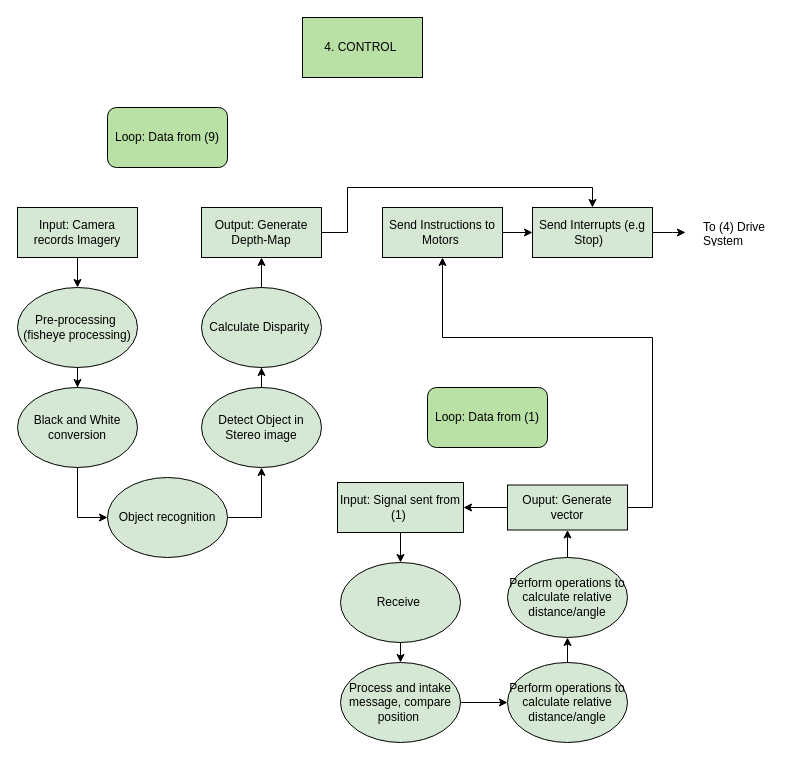
This is page "Page-3" (3 of 4) of diagrams/blockdiagramdesign.drawio from BowieJames/FollowMe, a draw.io file, before an edit. Source tidied: cells renumbered, new cells numbered last; positions are measured from the earlier drawing's top-left corner, leaving out a move shared by most shapes. Both pictures are drawn from the tidied source at 100%, with x=0, y=0 at pixel (17, 17).
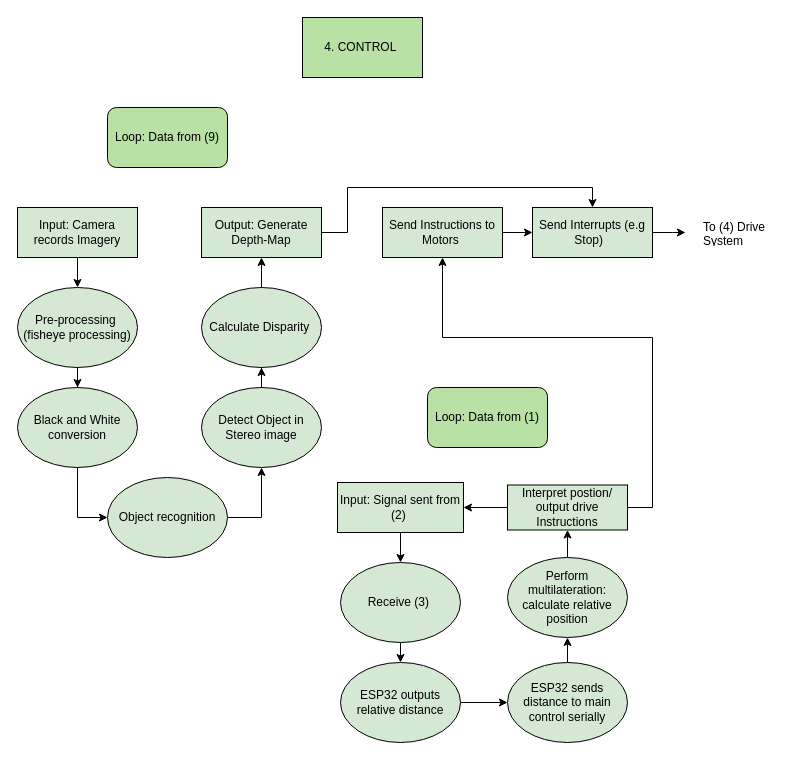
After the change.

Diff of the diagram source:
```diff
@@
-    <mxCell id="18" value="Input: Signal sent from (1)&amp;nbsp;" style="rounded=0;whiteSpace=wrap;html=1;fillColor=#D5E8D4;" parent="1" vertex="1">
+    <mxCell id="18" value="Input: Signal sent from (2)&amp;nbsp;" style="rounded=0;whiteSpace=wrap;html=1;fillColor=#D5E8D4;" parent="1" vertex="1">
       <mxGeometry x="320" y="465" width="126" height="50" as="geometry" />
     </mxCell>
@@
-    <mxCell id="21" value="Receive&amp;nbsp;" style="ellipse;whiteSpace=wrap;html=1;fillColor=#D5E8D4;" parent="1" vertex="1">
+    <mxCell id="21" value="Receive (3)&amp;nbsp;" style="ellipse;whiteSpace=wrap;html=1;fillColor=#D5E8D4;" parent="1" vertex="1">
       <mxGeometry x="323" y="545" width="120" height="80" as="geometry" />
     </mxCell>
@@
-    <mxCell id="23" value="Process and intake message, compare position&amp;nbsp;" style="ellipse;whiteSpace=wrap;html=1;fillColor=#D5E8D4;" parent="1" vertex="1">
+    <mxCell id="23" value="ESP32 outputs relative distance" style="ellipse;whiteSpace=wrap;html=1;fillColor=#D5E8D4;" parent="1" vertex="1">
       <mxGeometry x="323" y="645" width="120" height="80" as="geometry" />
     </mxCell>
@@
-    <mxCell id="25" value="Perform operations to calculate relative distance/angle" style="ellipse;whiteSpace=wrap;html=1;fillColor=#D5E8D4;" parent="1" vertex="1">
+    <mxCell id="25" value="ESP32 sends distance to main control serially" style="ellipse;whiteSpace=wrap;html=1;fillColor=#D5E8D4;" parent="1" vertex="1">
       <mxGeometry x="490" y="645" width="120" height="80" as="geometry" />
     </mxCell>
@@
-    <mxCell id="27" value="Perform operations to calculate relative distance/angle" style="ellipse;whiteSpace=wrap;html=1;fillColor=#D5E8D4;" parent="1" vertex="1">
+    <mxCell id="27" value="Perform multilateration: calculate relative position" style="ellipse;whiteSpace=wrap;html=1;fillColor=#D5E8D4;" parent="1" vertex="1">
       <mxGeometry x="490" y="540" width="120" height="80" as="geometry" />
     </mxCell>
@@
-    <mxCell id="34" value="Ouput: Generate vector" style="whiteSpace=wrap;html=1;fillColor=#D5E8D4;" parent="1" vertex="1">
+    <mxCell id="34" value="Interpret postion/ output drive Instructions" style="whiteSpace=wrap;html=1;fillColor=#D5E8D4;" parent="1" vertex="1">
       <mxGeometry x="490" y="467.5" width="120" height="45" as="geometry" />
     </mxCell>
```
